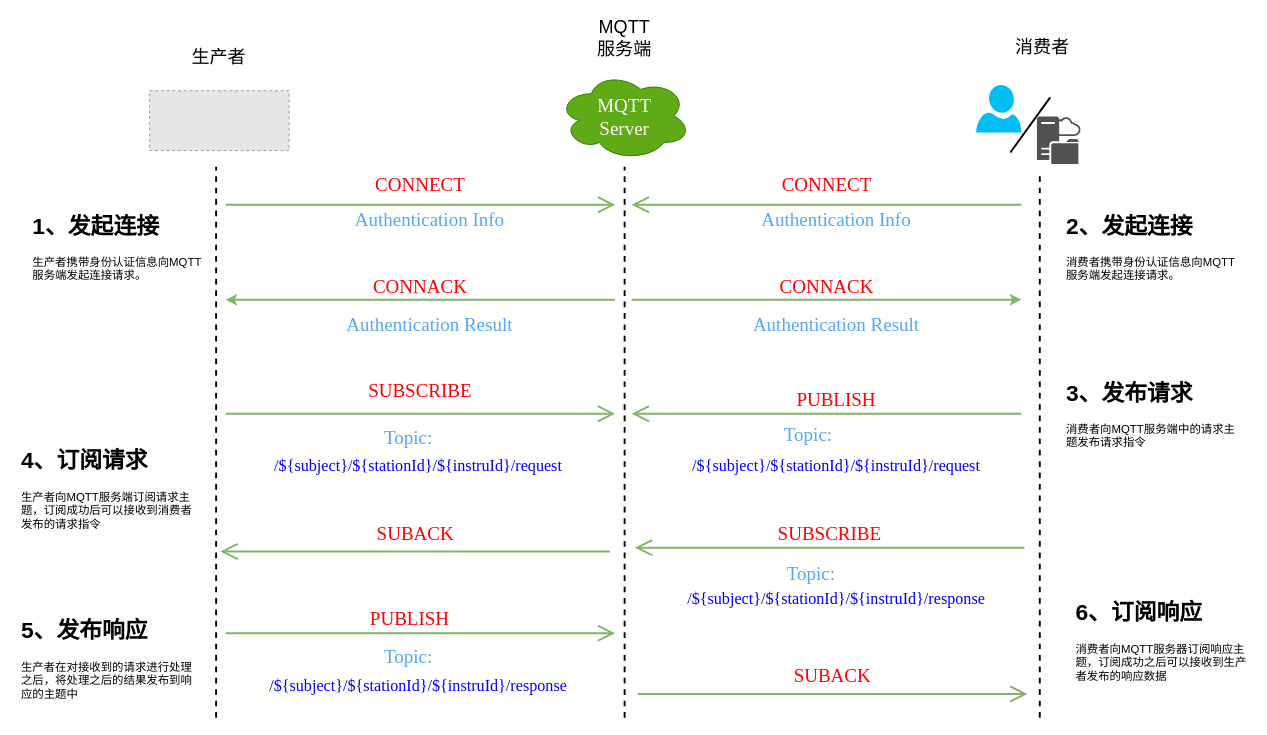
Above: page "第 4 页" (4 of 5) of drawio/mqtt-auth.drawio in raingnight/Blog_Pic (draw.io), before the change. Source tidied: cells renumbered, new cells numbered last; positions are measured from the earlier drawing's top-left corner, leaving out a move shared by most shapes. Both pictures are drawn from the tidied source at 95%, with x=0, y=0 at pixel (16, 24). Pictures stored in the file or linked from it are replaced by grey dashed boxes.
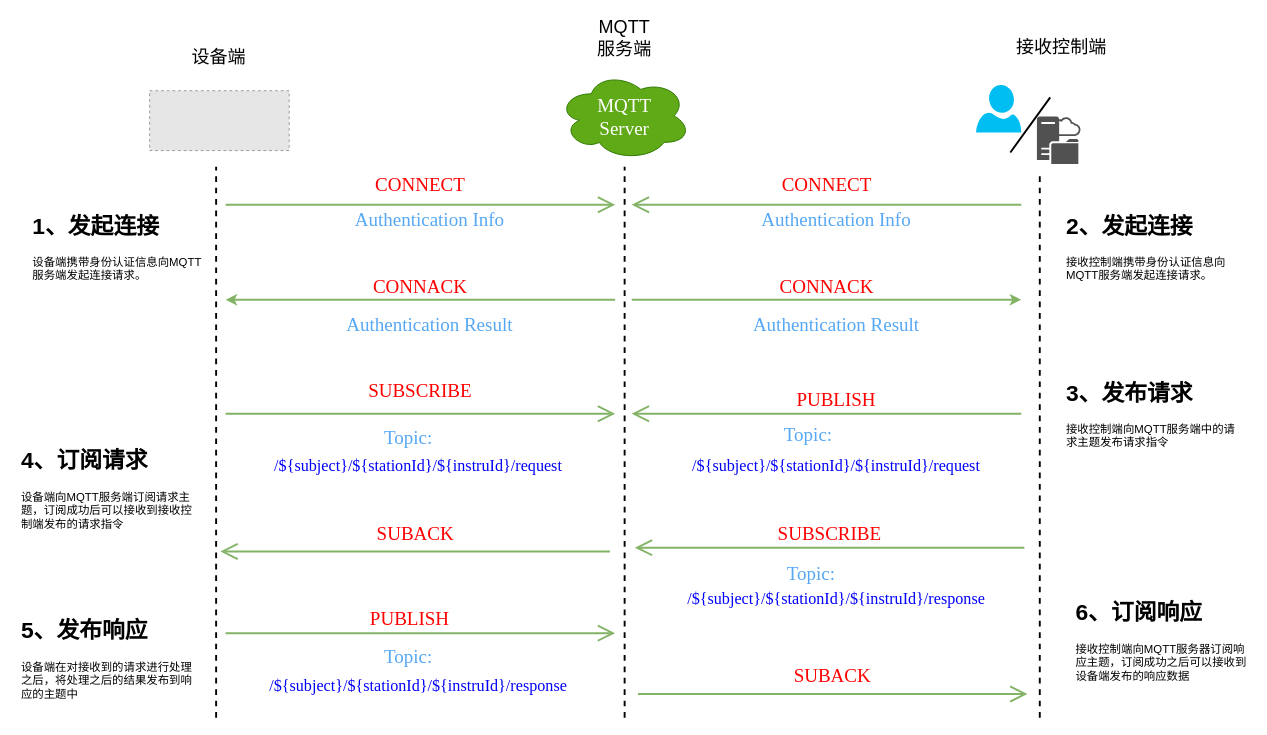
The same diagram, later.

What changed in the source:
```diff
@@
-    <mxCell id="10" value="生产者" style="text;html=1;strokeColor=none;fillColor=none;align=center;verticalAlign=middle;whiteSpace=wrap;rounded=0;fontSize=19;" parent="1" vertex="1">
+    <mxCell id="10" value="设备端" style="text;html=1;strokeColor=none;fillColor=none;align=center;verticalAlign=middle;whiteSpace=wrap;rounded=0;fontSize=19;" parent="1" vertex="1">
       <mxGeometry x="183.4" y="20" width="60" height="30" as="geometry" />
     </mxCell>
@@
-    <mxCell id="22" value="消费者" style="text;html=1;strokeColor=none;fillColor=none;align=center;verticalAlign=middle;whiteSpace=wrap;rounded=0;fontSize=19;" parent="1" vertex="1">
-      <mxGeometry x="1050" y="10" width="60" height="30" as="geometry" />
+    <mxCell id="22" value="接收控制端" style="text;html=1;strokeColor=none;fillColor=none;align=center;verticalAlign=middle;whiteSpace=wrap;rounded=0;fontSize=19;" parent="1" vertex="1">
+      <mxGeometry x="1050" y="10" width="100" height="30" as="geometry" />
     </mxCell>
@@
-    <mxCell id="41" value="&lt;h1&gt;1、发起连接&lt;/h1&gt;&lt;p&gt;生产者携带身份认证信息向MQTT服务端发起连接请求。&lt;/p&gt;" style="text;html=1;strokeColor=none;fillColor=none;spacing=5;spacingTop=-20;whiteSpace=wrap;overflow=hidden;rounded=0;" parent="1" vertex="1">
+    <mxCell id="41" value="&lt;h1&gt;1、发起连接&lt;/h1&gt;&lt;p&gt;设备端携带身份认证信息向MQTT服务端发起连接请求。&lt;/p&gt;" style="text;html=1;strokeColor=none;fillColor=none;spacing=5;spacingTop=-20;whiteSpace=wrap;overflow=hidden;rounded=0;" parent="1" vertex="1">
       <mxGeometry x="12" y="193" width="190" height="87" as="geometry" />
     </mxCell>
-    <mxCell id="42" value="&lt;h1&gt;2、发起连接&lt;/h1&gt;&lt;p&gt;消费者携带身份认证信息向MQTT服务端发起连接请求。&lt;/p&gt;" style="text;html=1;strokeColor=none;fillColor=none;spacing=5;spacingTop=-20;whiteSpace=wrap;overflow=hidden;rounded=0;" parent="1" vertex="1">
+    <mxCell id="42" value="&lt;h1&gt;2、发起连接&lt;/h1&gt;&lt;p&gt;接收控制端携带身份认证信息向MQTT服务端发起连接请求。&lt;/p&gt;" style="text;html=1;strokeColor=none;fillColor=none;spacing=5;spacingTop=-20;whiteSpace=wrap;overflow=hidden;rounded=0;" parent="1" vertex="1">
       <mxGeometry x="1100" y="193" width="190" height="87" as="geometry" />
     </mxCell>
-    <mxCell id="43" value="&lt;h1&gt;4、订阅请求&lt;/h1&gt;&lt;p&gt;生产者向MQTT服务端订阅请求主题，订阅成功后可以接收到消费者发布的请求指令&lt;/p&gt;" style="text;html=1;strokeColor=none;fillColor=none;spacing=5;spacingTop=-20;whiteSpace=wrap;overflow=hidden;rounded=0;" parent="1" vertex="1">
+    <mxCell id="43" value="&lt;h1&gt;4、订阅请求&lt;/h1&gt;&lt;p&gt;设备端向MQTT服务端订阅请求主题，订阅成功后可以接收到接收控制端发布的请求指令&lt;/p&gt;" style="text;html=1;strokeColor=none;fillColor=none;spacing=5;spacingTop=-20;whiteSpace=wrap;overflow=hidden;rounded=0;" parent="1" vertex="1">
       <mxGeometry y="440" width="190" height="100" as="geometry" />
     </mxCell>
-    <mxCell id="44" value="&lt;h1&gt;3、发布请求&lt;/h1&gt;&lt;p&gt;消费者向MQTT服务端中的请求主题发布请求指令&lt;/p&gt;" style="text;html=1;strokeColor=none;fillColor=none;spacing=5;spacingTop=-20;whiteSpace=wrap;overflow=hidden;rounded=0;" parent="1" vertex="1">
+    <mxCell id="44" value="&lt;h1&gt;3、发布请求&lt;/h1&gt;&lt;p&gt;接收控制端向MQTT服务端中的请求主题发布请求指令&lt;/p&gt;" style="text;html=1;strokeColor=none;fillColor=none;spacing=5;spacingTop=-20;whiteSpace=wrap;overflow=hidden;rounded=0;" parent="1" vertex="1">
       <mxGeometry x="1100" y="369" width="190" height="87" as="geometry" />
     </mxCell>
-    <mxCell id="45" value="&lt;h1&gt;5、发布响应&lt;/h1&gt;&lt;p&gt;生产者在对接收到的请求进行处理之后，将处理之后的结果发布到响应的主题中&lt;/p&gt;" style="text;html=1;strokeColor=none;fillColor=none;spacing=5;spacingTop=-20;whiteSpace=wrap;overflow=hidden;rounded=0;" parent="1" vertex="1">
+    <mxCell id="45" value="&lt;h1&gt;5、发布响应&lt;/h1&gt;&lt;p&gt;设备端在对接收到的请求进行处理之后，将处理之后的结果发布到响应的主题中&lt;/p&gt;" style="text;html=1;strokeColor=none;fillColor=none;spacing=5;spacingTop=-20;whiteSpace=wrap;overflow=hidden;rounded=0;" parent="1" vertex="1">
       <mxGeometry y="619" width="190" height="110" as="geometry" />
     </mxCell>
-    <mxCell id="46" value="&lt;h1&gt;6、订阅响应&lt;/h1&gt;&lt;p&gt;消费者向MQTT服务器订阅响应主题，订阅成功之后可以接收到生产者发布的响应数据&lt;/p&gt;" style="text;html=1;strokeColor=none;fillColor=none;spacing=5;spacingTop=-20;whiteSpace=wrap;overflow=hidden;rounded=0;" parent="1" vertex="1">
+    <mxCell id="46" value="&lt;h1&gt;6、订阅响应&lt;/h1&gt;&lt;p&gt;接收控制端向MQTT服务器订阅响应主题，订阅成功之后可以接收到设备端发布的响应数据&lt;/p&gt;" style="text;html=1;strokeColor=none;fillColor=none;spacing=5;spacingTop=-20;whiteSpace=wrap;overflow=hidden;rounded=0;" parent="1" vertex="1">
       <mxGeometry x="1110" y="600" width="190" height="110" as="geometry" />
     </mxCell>
```
